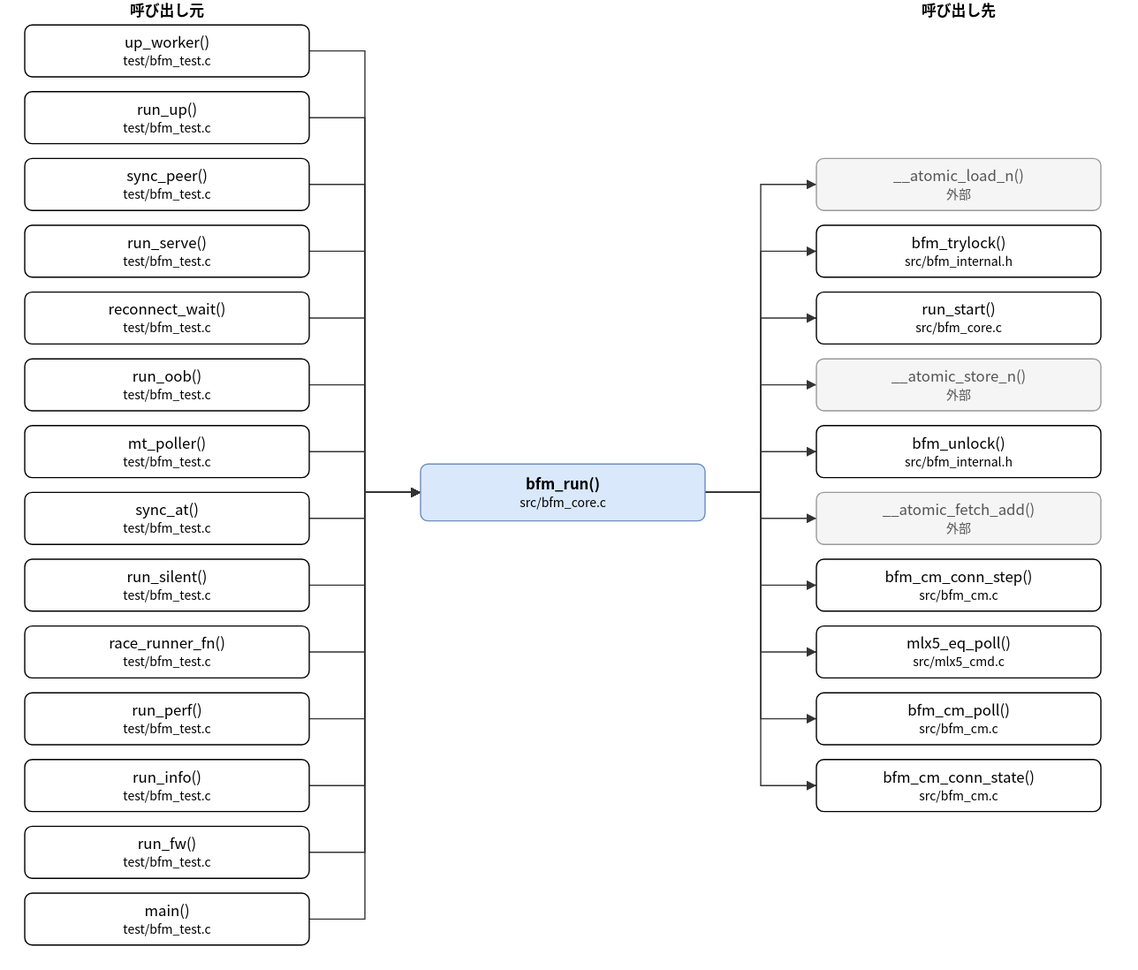
hf355051012-ai/bfmem keeps this draw.io diagram as doc/spec/images/call_src_bfm_core-bfm_run.drawio.svg. Above is the earlier version. Source tidied: cells renumbered, new cells last; positions are measured from the earlier drawing's top-left corner, leaving out a move shared by most shapes.
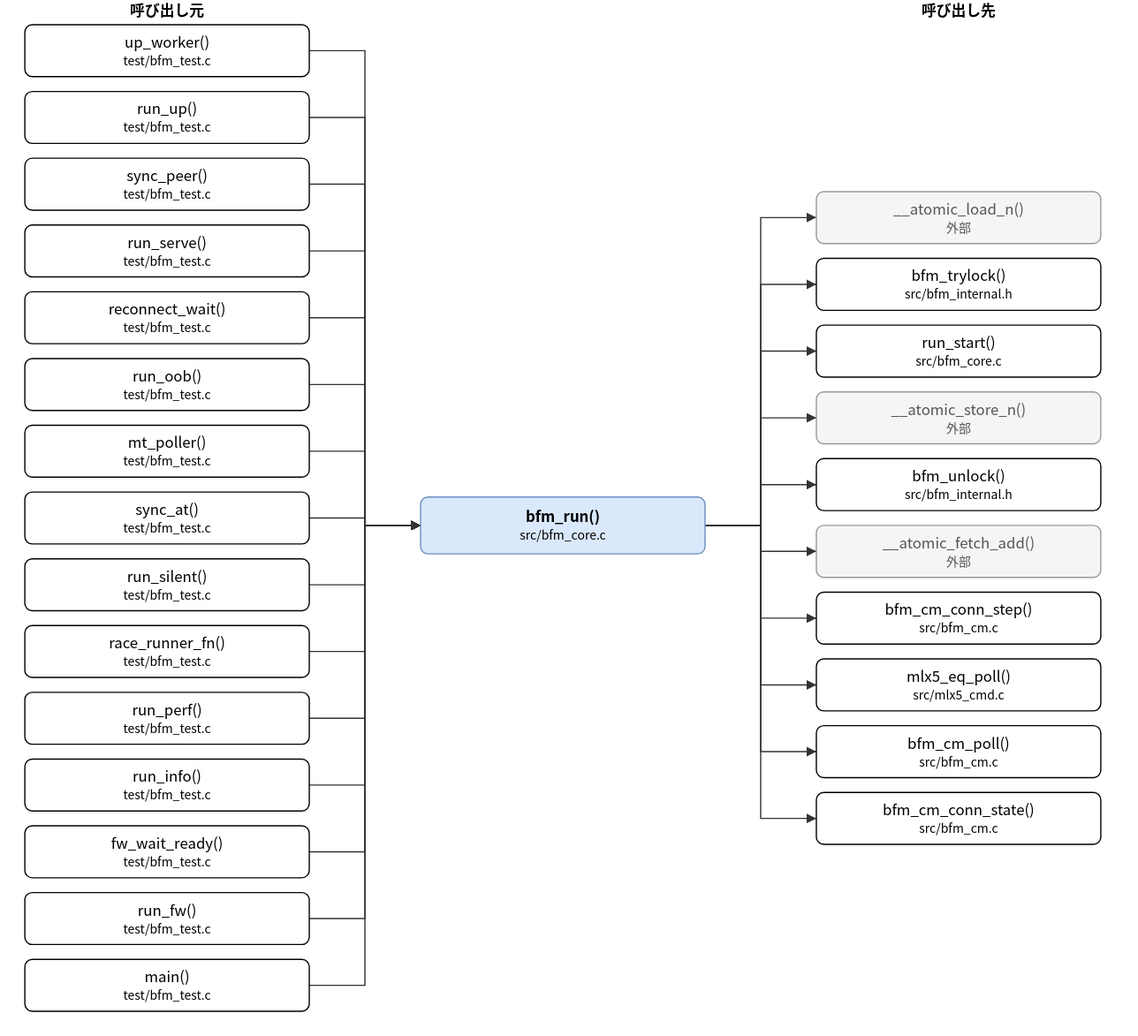
The same diagram one commit later.

The edit, as a diff of the source:
```diff
@@ -3,7 +3,7 @@
     <mxCell id="0" />
     <mxCell id="1" parent="0" />
     <mxCell id="2" value="bfm_run()&lt;br&gt;&lt;font style=&quot;font-size:10px&quot;&gt;src/bfm_core.c&lt;/font&gt;" style="rounded=1;whiteSpace=wrap;html=1;fillColor=#dae8fc;strokeColor=#6c8ebf;fontStyle=1;" parent="1" vertex="1">
-      <mxGeometry x="320" y="375" width="230" height="46" as="geometry" />
+      <mxGeometry x="320" y="402" width="230" height="46" as="geometry" />
     </mxCell>
     <mxCell id="3" value="up_worker()&lt;br&gt;&lt;font style=&quot;font-size:10px&quot;&gt;test/bfm_test.c&lt;/font&gt;" style="rounded=1;whiteSpace=wrap;html=1;" parent="1" vertex="1">
       <mxGeometry y="20" width="230" height="42" as="geometry" />
@@ -41,47 +41,50 @@
     <mxCell id="14" value="run_info()&lt;br&gt;&lt;font style=&quot;font-size:10px&quot;&gt;test/bfm_test.c&lt;/font&gt;" style="rounded=1;whiteSpace=wrap;html=1;" parent="1" vertex="1">
       <mxGeometry y="614" width="230" height="42" as="geometry" />
     </mxCell>
-    <mxCell id="15" value="run_fw()&lt;br&gt;&lt;font style=&quot;font-size:10px&quot;&gt;test/bfm_test.c&lt;/font&gt;" style="rounded=1;whiteSpace=wrap;html=1;" parent="1" vertex="1">
+    <mxCell id="15" value="fw_wait_ready()&lt;br&gt;&lt;font style=&quot;font-size:10px&quot;&gt;test/bfm_test.c&lt;/font&gt;" style="rounded=1;whiteSpace=wrap;html=1;" parent="1" vertex="1">
       <mxGeometry y="668" width="230" height="42" as="geometry" />
     </mxCell>
-    <mxCell id="16" value="main()&lt;br&gt;&lt;font style=&quot;font-size:10px&quot;&gt;test/bfm_test.c&lt;/font&gt;" style="rounded=1;whiteSpace=wrap;html=1;" parent="1" vertex="1">
+    <mxCell id="16" value="run_fw()&lt;br&gt;&lt;font style=&quot;font-size:10px&quot;&gt;test/bfm_test.c&lt;/font&gt;" style="rounded=1;whiteSpace=wrap;html=1;" parent="1" vertex="1">
       <mxGeometry y="722" width="230" height="42" as="geometry" />
     </mxCell>
+    <mxCell id="53" value="main()&lt;br&gt;&lt;font style=&quot;font-size:10px&quot;&gt;test/bfm_test.c&lt;/font&gt;" style="rounded=1;whiteSpace=wrap;html=1;" parent="1" vertex="1">
+      <mxGeometry y="776" width="230" height="42" as="geometry" />
+    </mxCell>
     <mxCell id="17" value="__atomic_load_n()&lt;br&gt;&lt;font style=&quot;font-size:10px&quot;&gt;外部&lt;/font&gt;" style="rounded=1;whiteSpace=wrap;html=1;fillColor=#f5f5f5;strokeColor=#999999;fontColor=#555555;" parent="1" vertex="1">
-      <mxGeometry x="640" y="128" width="230" height="42" as="geometry" />
+      <mxGeometry x="640" y="155" width="230" height="42" as="geometry" />
     </mxCell>
     <mxCell id="18" value="bfm_trylock()&lt;br&gt;&lt;font style=&quot;font-size:10px&quot;&gt;src/bfm_internal.h&lt;/font&gt;" style="rounded=1;whiteSpace=wrap;html=1;" parent="1" vertex="1">
-      <mxGeometry x="640" y="182" width="230" height="42" as="geometry" />
+      <mxGeometry x="640" y="209" width="230" height="42" as="geometry" />
     </mxCell>
     <mxCell id="19" value="run_start()&lt;br&gt;&lt;font style=&quot;font-size:10px&quot;&gt;src/bfm_core.c&lt;/font&gt;" style="rounded=1;whiteSpace=wrap;html=1;" parent="1" vertex="1">
-      <mxGeometry x="640" y="236" width="230" height="42" as="geometry" />
+      <mxGeometry x="640" y="263" width="230" height="42" as="geometry" />
     </mxCell>
     <mxCell id="20" value="__atomic_store_n()&lt;br&gt;&lt;font style=&quot;font-size:10px&quot;&gt;外部&lt;/font&gt;" style="rounded=1;whiteSpace=wrap;html=1;fillColor=#f5f5f5;strokeColor=#999999;fontColor=#555555;" parent="1" vertex="1">
-      <mxGeometry x="640" y="290" width="230" height="42" as="geometry" />
+      <mxGeometry x="640" y="317" width="230" height="42" as="geometry" />
     </mxCell>
     <mxCell id="21" value="bfm_unlock()&lt;br&gt;&lt;font style=&quot;font-size:10px&quot;&gt;src/bfm_internal.h&lt;/font&gt;" style="rounded=1;whiteSpace=wrap;html=1;" parent="1" vertex="1">
-      <mxGeometry x="640" y="344" width="230" height="42" as="geometry" />
+      <mxGeometry x="640" y="371" width="230" height="42" as="geometry" />
     </mxCell>
     <mxCell id="22" value="__atomic_fetch_add()&lt;br&gt;&lt;font style=&quot;font-size:10px&quot;&gt;外部&lt;/font&gt;" style="rounded=1;whiteSpace=wrap;html=1;fillColor=#f5f5f5;strokeColor=#999999;fontColor=#555555;" parent="1" vertex="1">
-      <mxGeometry x="640" y="398" width="230" height="42" as="geometry" />
+      <mxGeometry x="640" y="425" width="230" height="42" as="geometry" />
     </mxCell>
     <mxCell id="23" value="bfm_cm_conn_step()&lt;br&gt;&lt;font style=&quot;font-size:10px&quot;&gt;src/bfm_cm.c&lt;/font&gt;" style="rounded=1;whiteSpace=wrap;html=1;" parent="1" vertex="1">
-      <mxGeometry x="640" y="452" width="230" height="42" as="geometry" />
+      <mxGeometry x="640" y="479" width="230" height="42" as="geometry" />
     </mxCell>
     <mxCell id="24" value="mlx5_eq_poll()&lt;br&gt;&lt;font style=&quot;font-size:10px&quot;&gt;src/mlx5_cmd.c&lt;/font&gt;" style="rounded=1;whiteSpace=wrap;html=1;" parent="1" vertex="1">
-      <mxGeometry x="640" y="506" width="230" height="42" as="geometry" />
+      <mxGeometry x="640" y="533" width="230" height="42" as="geometry" />
     </mxCell>
     <mxCell id="25" value="bfm_cm_poll()&lt;br&gt;&lt;font style=&quot;font-size:10px&quot;&gt;src/bfm_cm.c&lt;/font&gt;" style="rounded=1;whiteSpace=wrap;html=1;" parent="1" vertex="1">
-      <mxGeometry x="640" y="560" width="230" height="42" as="geometry" />
+      <mxGeometry x="640" y="587" width="230" height="42" as="geometry" />
     </mxCell>
     <mxCell id="26" value="bfm_cm_conn_state()&lt;br&gt;&lt;font style=&quot;font-size:10px&quot;&gt;src/bfm_cm.c&lt;/font&gt;" style="rounded=1;whiteSpace=wrap;html=1;" parent="1" vertex="1">
-      <mxGeometry x="640" y="614" width="230" height="42" as="geometry" />
+      <mxGeometry x="640" y="641" width="230" height="42" as="geometry" />
     </mxCell>
     <mxCell id="27" style="edgeStyle=none;html=1;rounded=0;endArrow=block;endFill=1;exitX=1.0000;exitY=0.5000;exitDx=0;exitDy=0;exitPerimeter=0;entryX=0.0000;entryY=0.5000;entryDx=0;entryDy=0;entryPerimeter=0;" parent="1" edge="1" source="3" target="2">
       <mxGeometry relative="1" as="geometry">
         <Array as="points">
           <mxPoint x="275" y="41" />
-          <mxPoint x="275" y="398" />
+          <mxPoint x="275" y="425" />
         </Array>
       </mxGeometry>
     </mxCell>
@@ -89,7 +92,7 @@
       <mxGeometry relative="1" as="geometry">
         <Array as="points">
           <mxPoint x="275" y="95" />
-          <mxPoint x="275" y="398" />
+          <mxPoint x="275" y="425" />
         </Array>
       </mxGeometry>
     </mxCell>
@@ -97,7 +100,7 @@
       <mxGeometry relative="1" as="geometry">
         <Array as="points">
           <mxPoint x="275" y="149" />
-          <mxPoint x="275" y="398" />
+          <mxPoint x="275" y="425" />
         </Array>
       </mxGeometry>
     </mxCell>
@@ -105,7 +108,7 @@
       <mxGeometry relative="1" as="geometry">
         <Array as="points">
           <mxPoint x="275" y="203" />
-          <mxPoint x="275" y="398" />
+          <mxPoint x="275" y="425" />
         </Array>
       </mxGeometry>
     </mxCell>
@@ -113,7 +116,7 @@
       <mxGeometry relative="1" as="geometry">
         <Array as="points">
           <mxPoint x="275" y="257" />
-          <mxPoint x="275" y="398" />
+          <mxPoint x="275" y="425" />
         </Array>
       </mxGeometry>
     </mxCell>
@@ -121,7 +124,7 @@
       <mxGeometry relative="1" as="geometry">
         <Array as="points">
           <mxPoint x="275" y="311" />
-          <mxPoint x="275" y="398" />
+          <mxPoint x="275" y="425" />
         </Array>
       </mxGeometry>
     </mxCell>
@@ -129,7 +132,7 @@
       <mxGeometry relative="1" as="geometry">
         <Array as="points">
           <mxPoint x="275" y="365" />
-          <mxPoint x="275" y="398" />
+          <mxPoint x="275" y="425" />
         </Array>
       </mxGeometry>
     </mxCell>
@@ -137,7 +140,7 @@
       <mxGeometry relative="1" as="geometry">
         <Array as="points">
           <mxPoint x="275" y="419" />
-          <mxPoint x="275" y="398" />
+          <mxPoint x="275" y="425" />
         </Array>
       </mxGeometry>
     </mxCell>
@@ -145,7 +148,7 @@
       <mxGeometry relative="1" as="geometry">
         <Array as="points">
           <mxPoint x="275" y="473" />
-          <mxPoint x="275" y="398" />
+          <mxPoint x="275" y="425" />
         </Array>
       </mxGeometry>
     </mxCell>
@@ -153,7 +156,7 @@
       <mxGeometry relative="1" as="geometry">
         <Array as="points">
           <mxPoint x="275" y="527" />
-          <mxPoint x="275" y="398" />
+          <mxPoint x="275" y="425" />
         </Array>
       </mxGeometry>
     </mxCell>
@@ -161,7 +164,7 @@
       <mxGeometry relative="1" as="geometry">
         <Array as="points">
           <mxPoint x="275" y="581" />
-          <mxPoint x="275" y="398" />
+          <mxPoint x="275" y="425" />
         </Array>
       </mxGeometry>
     </mxCell>
@@ -169,7 +172,7 @@
       <mxGeometry relative="1" as="geometry">
         <Array as="points">
           <mxPoint x="275" y="635" />
-          <mxPoint x="275" y="398" />
+          <mxPoint x="275" y="425" />
         </Array>
       </mxGeometry>
     </mxCell>
@@ -177,7 +180,7 @@
       <mxGeometry relative="1" as="geometry">
         <Array as="points">
           <mxPoint x="275" y="689" />
-          <mxPoint x="275" y="398" />
+          <mxPoint x="275" y="425" />
         </Array>
       </mxGeometry>
     </mxCell>
@@ -185,90 +188,98 @@
       <mxGeometry relative="1" as="geometry">
         <Array as="points">
           <mxPoint x="275" y="743" />
-          <mxPoint x="275" y="398" />
+          <mxPoint x="275" y="425" />
         </Array>
       </mxGeometry>
     </mxCell>
-    <mxCell id="41" style="edgeStyle=none;html=1;rounded=0;endArrow=block;endFill=1;exitX=1.0000;exitY=0.5000;exitDx=0;exitDy=0;exitPerimeter=0;entryX=0.0000;entryY=0.5000;entryDx=0;entryDy=0;entryPerimeter=0;" parent="1" edge="1" source="2" target="17">
+    <mxCell id="41" style="edgeStyle=none;html=1;rounded=0;endArrow=block;endFill=1;exitX=1.0000;exitY=0.5000;exitDx=0;exitDy=0;exitPerimeter=0;entryX=0.0000;entryY=0.5000;entryDx=0;entryDy=0;entryPerimeter=0;" parent="1" edge="1" source="53" target="2">
       <mxGeometry relative="1" as="geometry">
         <Array as="points">
-          <mxPoint x="595" y="398" />
-          <mxPoint x="595" y="149" />
+          <mxPoint x="275" y="797" />
+          <mxPoint x="275" y="425" />
         </Array>
       </mxGeometry>
     </mxCell>
-    <mxCell id="42" style="edgeStyle=none;html=1;rounded=0;endArrow=block;endFill=1;exitX=1.0000;exitY=0.5000;exitDx=0;exitDy=0;exitPerimeter=0;entryX=0.0000;entryY=0.5000;entryDx=0;entryDy=0;entryPerimeter=0;" parent="1" edge="1" source="2" target="18">
+    <mxCell id="42" style="edgeStyle=none;html=1;rounded=0;endArrow=block;endFill=1;exitX=1.0000;exitY=0.5000;exitDx=0;exitDy=0;exitPerimeter=0;entryX=0.0000;entryY=0.5000;entryDx=0;entryDy=0;entryPerimeter=0;" parent="1" edge="1" source="2" target="17">
       <mxGeometry relative="1" as="geometry">
         <Array as="points">
-          <mxPoint x="595" y="398" />
-          <mxPoint x="595" y="203" />
+          <mxPoint x="595" y="425" />
+          <mxPoint x="595" y="176" />
         </Array>
       </mxGeometry>
     </mxCell>
-    <mxCell id="43" style="edgeStyle=none;html=1;rounded=0;endArrow=block;endFill=1;exitX=1.0000;exitY=0.5000;exitDx=0;exitDy=0;exitPerimeter=0;entryX=0.0000;entryY=0.5000;entryDx=0;entryDy=0;entryPerimeter=0;" parent="1" edge="1" source="2" target="19">
+    <mxCell id="43" style="edgeStyle=none;html=1;rounded=0;endArrow=block;endFill=1;exitX=1.0000;exitY=0.5000;exitDx=0;exitDy=0;exitPerimeter=0;entryX=0.0000;entryY=0.5000;entryDx=0;entryDy=0;entryPerimeter=0;" parent="1" edge="1" source="2" target="18">
       <mxGeometry relative="1" as="geometry">
         <Array as="points">
-          <mxPoint x="595" y="398" />
-          <mxPoint x="595" y="257" />
+          <mxPoint x="595" y="425" />
+          <mxPoint x="595" y="230" />
         </Array>
       </mxGeometry>
     </mxCell>
-    <mxCell id="44" style="edgeStyle=none;html=1;rounded=0;endArrow=block;endFill=1;exitX=1.0000;exitY=0.5000;exitDx=0;exitDy=0;exitPerimeter=0;entryX=0.0000;entryY=0.5000;entryDx=0;entryDy=0;entryPerimeter=0;" parent="1" edge="1" source="2" target="20">
+    <mxCell id="44" style="edgeStyle=none;html=1;rounded=0;endArrow=block;endFill=1;exitX=1.0000;exitY=0.5000;exitDx=0;exitDy=0;exitPerimeter=0;entryX=0.0000;entryY=0.5000;entryDx=0;entryDy=0;entryPerimeter=0;" parent="1" edge="1" source="2" target="19">
       <mxGeometry relative="1" as="geometry">
         <Array as="points">
-          <mxPoint x="595" y="398" />
-          <mxPoint x="595" y="311" />
+          <mxPoint x="595" y="425" />
+          <mxPoint x="595" y="284" />
         </Array>
       </mxGeometry>
     </mxCell>
-    <mxCell id="45" style="edgeStyle=none;html=1;rounded=0;endArrow=block;endFill=1;exitX=1.0000;exitY=0.5000;exitDx=0;exitDy=0;exitPerimeter=0;entryX=0.0000;entryY=0.5000;entryDx=0;entryDy=0;entryPerimeter=0;" parent="1" edge="1" source="2" target="21">
+    <mxCell id="45" style="edgeStyle=none;html=1;rounded=0;endArrow=block;endFill=1;exitX=1.0000;exitY=0.5000;exitDx=0;exitDy=0;exitPerimeter=0;entryX=0.0000;entryY=0.5000;entryDx=0;entryDy=0;entryPerimeter=0;" parent="1" edge="1" source="2" target="20">
       <mxGeometry relative="1" as="geometry">
         <Array as="points">
-          <mxPoint x="595" y="398" />
-          <mxPoint x="595" y="365" />
+          <mxPoint x="595" y="425" />
+          <mxPoint x="595" y="338" />
         </Array>
       </mxGeometry>
     </mxCell>
-    <mxCell id="46" style="edgeStyle=none;html=1;rounded=0;endArrow=block;endFill=1;exitX=1.0000;exitY=0.5000;exitDx=0;exitDy=0;exitPerimeter=0;entryX=0.0000;entryY=0.5000;entryDx=0;entryDy=0;entryPerimeter=0;" parent="1" edge="1" source="2" target="22">
+    <mxCell id="46" style="edgeStyle=none;html=1;rounded=0;endArrow=block;endFill=1;exitX=1.0000;exitY=0.5000;exitDx=0;exitDy=0;exitPerimeter=0;entryX=0.0000;entryY=0.5000;entryDx=0;entryDy=0;entryPerimeter=0;" parent="1" edge="1" source="2" target="21">
       <mxGeometry relative="1" as="geometry">
         <Array as="points">
-          <mxPoint x="595" y="398" />
-          <mxPoint x="595" y="419" />
+          <mxPoint x="595" y="425" />
+          <mxPoint x="595" y="392" />
         </Array>
       </mxGeometry>
     </mxCell>
-    <mxCell id="47" style="edgeStyle=none;html=1;rounded=0;endArrow=block;endFill=1;exitX=1.0000;exitY=0.5000;exitDx=0;exitDy=0;exitPerimeter=0;entryX=0.0000;entryY=0.5000;entryDx=0;entryDy=0;entryPerimeter=0;" parent="1" edge="1" source="2" target="23">
+    <mxCell id="47" style="edgeStyle=none;html=1;rounded=0;endArrow=block;endFill=1;exitX=1.0000;exitY=0.5000;exitDx=0;exitDy=0;exitPerimeter=0;entryX=0.0000;entryY=0.5000;entryDx=0;entryDy=0;entryPerimeter=0;" parent="1" edge="1" source="2" target="22">
       <mxGeometry relative="1" as="geometry">
         <Array as="points">
-          <mxPoint x="595" y="398" />
-          <mxPoint x="595" y="473" />
+          <mxPoint x="595" y="425" />
+          <mxPoint x="595" y="446" />
         </Array>
       </mxGeometry>
     </mxCell>
-    <mxCell id="48" style="edgeStyle=none;html=1;rounded=0;endArrow=block;endFill=1;exitX=1.0000;exitY=0.5000;exitDx=0;exitDy=0;exitPerimeter=0;entryX=0.0000;entryY=0.5000;entryDx=0;entryDy=0;entryPerimeter=0;" parent="1" edge="1" source="2" target="24">
+    <mxCell id="48" style="edgeStyle=none;html=1;rounded=0;endArrow=block;endFill=1;exitX=1.0000;exitY=0.5000;exitDx=0;exitDy=0;exitPerimeter=0;entryX=0.0000;entryY=0.5000;entryDx=0;entryDy=0;entryPerimeter=0;" parent="1" edge="1" source="2" target="23">
       <mxGeometry relative="1" as="geometry">
         <Array as="points">
-          <mxPoint x="595" y="398" />
-          <mxPoint x="595" y="527" />
+          <mxPoint x="595" y="425" />
+          <mxPoint x="595" y="500" />
         </Array>
       </mxGeometry>
     </mxCell>
-    <mxCell id="49" style="edgeStyle=none;html=1;rounded=0;endArrow=block;endFill=1;exitX=1.0000;exitY=0.5000;exitDx=0;exitDy=0;exitPerimeter=0;entryX=0.0000;entryY=0.5000;entryDx=0;entryDy=0;entryPerimeter=0;" parent="1" edge="1" source="2" target="25">
+    <mxCell id="49" style="edgeStyle=none;html=1;rounded=0;endArrow=block;endFill=1;exitX=1.0000;exitY=0.5000;exitDx=0;exitDy=0;exitPerimeter=0;entryX=0.0000;entryY=0.5000;entryDx=0;entryDy=0;entryPerimeter=0;" parent="1" edge="1" source="2" target="24">
       <mxGeometry relative="1" as="geometry">
         <Array as="points">
-          <mxPoint x="595" y="398" />
-          <mxPoint x="595" y="581" />
+          <mxPoint x="595" y="425" />
+          <mxPoint x="595" y="554" />
         </Array>
       </mxGeometry>
     </mxCell>
-    <mxCell id="50" style="edgeStyle=none;html=1;rounded=0;endArrow=block;endFill=1;exitX=1.0000;exitY=0.5000;exitDx=0;exitDy=0;exitPerimeter=0;entryX=0.0000;entryY=0.5000;entryDx=0;entryDy=0;entryPerimeter=0;" parent="1" edge="1" source="2" target="26">
+    <mxCell id="50" style="edgeStyle=none;html=1;rounded=0;endArrow=block;endFill=1;exitX=1.0000;exitY=0.5000;exitDx=0;exitDy=0;exitPerimeter=0;entryX=0.0000;entryY=0.5000;entryDx=0;entryDy=0;entryPerimeter=0;" parent="1" edge="1" source="2" target="25">
       <mxGeometry relative="1" as="geometry">
         <Array as="points">
-          <mxPoint x="595" y="398" />
-          <mxPoint x="595" y="635" />
+          <mxPoint x="595" y="425" />
+          <mxPoint x="595" y="608" />
         </Array>
       </mxGeometry>
     </mxCell>
+    <mxCell id="54" style="edgeStyle=none;html=1;rounded=0;endArrow=block;endFill=1;exitX=1.0000;exitY=0.5000;exitDx=0;exitDy=0;exitPerimeter=0;entryX=0.0000;entryY=0.5000;entryDx=0;entryDy=0;entryPerimeter=0;" parent="1" edge="1" source="2" target="26">
+      <mxGeometry relative="1" as="geometry">
+        <Array as="points">
+          <mxPoint x="595" y="425" />
+          <mxPoint x="595" y="662" />
+        </Array>
+      </mxGeometry>
+    </mxCell>
     <mxCell id="51" value="呼び出し元" style="text;html=1;align=center;fontStyle=1;" parent="1" vertex="1">
       <mxGeometry x="35" width="160" height="18" as="geometry" />
     </mxCell>
```
